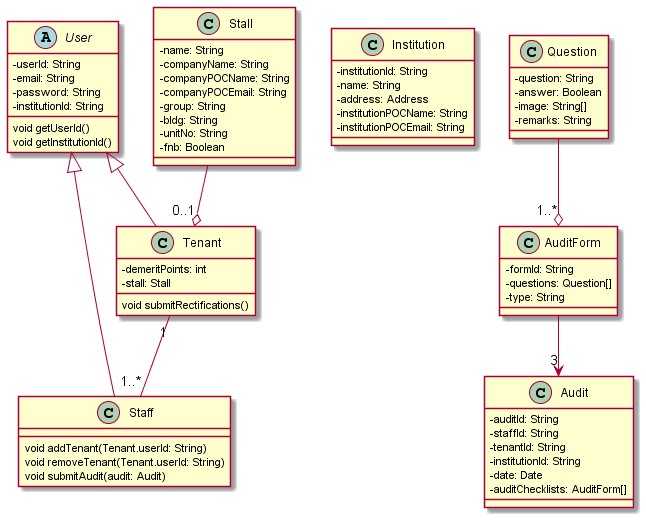
Above: docs/uml/Class_Diagram.png in thespacemanatee/SingHealth-App (PlantUML), before the change. The source it was exported from:
```plantuml
@startuml
skinparam classAttributeIconSize 0
abstract class User {
	-userId: String
	-email: String
	-password: String
	-institutionId: String
	void getUserId()
	void getInstitutionId()
}

class Staff {
	void addTenant(Tenant.userId: String)
	void removeTenant(Tenant.userId: String)
	void submitAudit(audit: Audit)
}

class Tenant {
	-demeritPoints: int
	-stall: Stall
	void submitRectifications()

}

class Stall {
	-name: String
	-companyName: String
	-companyPOCName: String
	-companyPOCEmail: String
	-group: String
	-bldg: String
	-unitNo: String
	-fnb: Boolean
}

class Institution {
	-institutionId: String
	-name: String
	-address: Address
	-institutionPOCName: String
	-institutionPOCEmail: String
}

class Audit {
	-auditId: String
	-staffId: String
	-tenantId: String
	-institutionId: String
	-date: Date
	-auditChecklists: AuditForm[]

}

class AuditForm {
	-formId: String
	-questions: Question[]
	-type: String
}

class Question {
	-question: String
	-answer: Boolean
	-image: String[]
	-remarks: String
}

User <|-- Staff

User <|-- Tenant

Tenant "1" -- "1..*" Staff
Stall --o "0..1" Tenant
AuditForm --> "3" Audit
Question --o "1..*" AuditForm

@enduml
```
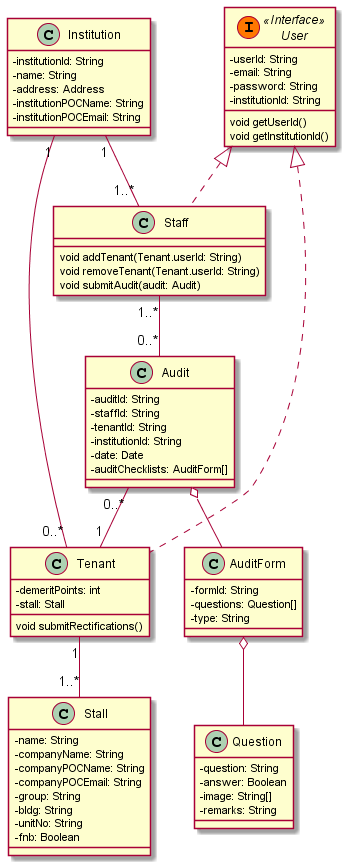
After the commit.

Commit message:
Updated Class Diagram

Made modification on the class diagram

What changed in the source:
```diff
@@ -1,4 +1,30 @@
 @startuml
+
+
+
+Institution "1"-down-"0..*" Tenant
+Institution "1"--"1..*" Staff
+
+class User << (I,#FF7700) Interface >>
+
+User <|.. Staff
+User <|.. Tenant
+
+Tenant "1"-- "1..*" Stall
+
+Staff "1..*"--"0..*" Audit
+Audit o-- AuditForm
+Audit "0..*"--"1" Tenant
+AuditForm o-- Question
+
+class Institution {
+	-institutionId: String
+	-name: String
+	-address: Address
+	-institutionPOCName: String
+	-institutionPOCEmail: String
+}
+
 skinparam classAttributeIconSize 0
 abstract class User {
 	-userId: String
@@ -33,14 +59,6 @@
 	-fnb: Boolean
 }
 
-class Institution {
-	-institutionId: String
-	-name: String
-	-address: Address
-	-institutionPOCName: String
-	-institutionPOCEmail: String
-}
-
 class Audit {
 	-auditId: String
 	-staffId: String
@@ -64,13 +82,6 @@
 	-remarks: String
 }
 
-User <|-- Staff
 
-User <|-- Tenant
-
-Tenant "1" -- "1..*" Staff
-Stall --o "0..1" Tenant
-AuditForm --> "3" Audit
-Question --o "1..*" AuditForm
 
 @enduml
```
